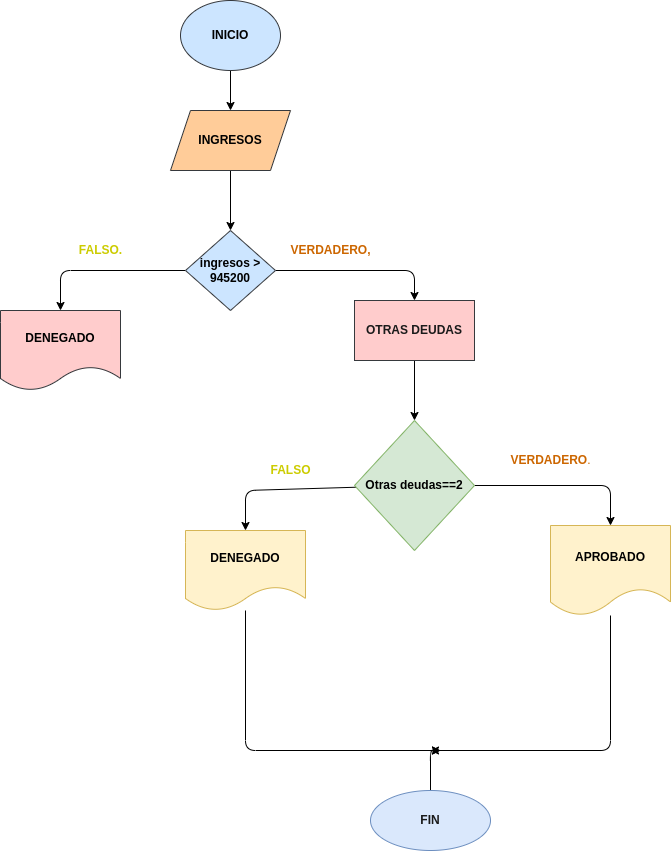
axlynaylyngarcia/Ejercicios_condicionales- keeps this draw.io diagram as Ejercicio_2/diagrama.png. Above is the earlier version. Source tidied: cells renumbered, new cells last; positions are measured from the earlier drawing's top-left corner, leaving out a move shared by most shapes. The source it was exported from:
```xml
<mxGraphModel>
  <root>
    <mxCell id="0" />
    <mxCell id="1" parent="0" />
    <mxCell id="2" style="edgeStyle=none;html=1;" parent="1" edge="1" source="3" target="5">
      <mxGeometry relative="1" as="geometry" />
    </mxCell>
    <mxCell id="3" value="&lt;b&gt;&lt;font color=&quot;#000000&quot;&gt;INICIO&lt;/font&gt;&lt;/b&gt;" style="ellipse;whiteSpace=wrap;html=1;fillColor=#cce5ff;strokeColor=#36393d;" parent="1" vertex="1">
      <mxGeometry x="180" width="100" height="70" as="geometry" />
    </mxCell>
    <mxCell id="4" style="edgeStyle=none;html=1;" parent="1" edge="1" source="5" target="8">
      <mxGeometry relative="1" as="geometry" />
    </mxCell>
    <mxCell id="5" value="&lt;b&gt;&lt;font color=&quot;#000000&quot;&gt;INGRESOS&lt;/font&gt;&lt;/b&gt;" style="shape=parallelogram;perimeter=parallelogramPerimeter;whiteSpace=wrap;html=1;fixedSize=1;fillColor=#ffcc99;strokeColor=#36393d;" parent="1" vertex="1">
      <mxGeometry x="170" y="110" width="120" height="60" as="geometry" />
    </mxCell>
    <mxCell id="6" style="edgeStyle=none;html=1;" parent="1" edge="1" source="8" target="9">
      <mxGeometry relative="1" as="geometry">
        <Array as="points">
          <mxPoint x="60" y="270" />
        </Array>
      </mxGeometry>
    </mxCell>
    <mxCell id="7" style="edgeStyle=none;html=1;" parent="1" edge="1" source="8" target="11">
      <mxGeometry relative="1" as="geometry">
        <Array as="points">
          <mxPoint x="414" y="270" />
        </Array>
      </mxGeometry>
    </mxCell>
    <mxCell id="8" value="&lt;font color=&quot;#000000&quot;&gt;&lt;b&gt;ingresos &amp;gt; 945200&lt;/b&gt;&lt;/font&gt;" style="rhombus;whiteSpace=wrap;html=1;fillColor=#cce5ff;strokeColor=#36393d;" parent="1" vertex="1">
      <mxGeometry x="185" y="230" width="90" height="80" as="geometry" />
    </mxCell>
    <mxCell id="9" value="&lt;font color=&quot;#000000&quot;&gt;&lt;b&gt;DENEGADO&lt;/b&gt;&lt;/font&gt;" style="shape=document;whiteSpace=wrap;html=1;boundedLbl=1;fillColor=#ffcccc;strokeColor=#36393d;" parent="1" vertex="1">
      <mxGeometry y="310" width="120" height="80" as="geometry" />
    </mxCell>
    <mxCell id="10" style="edgeStyle=none;html=1;" parent="1" edge="1" source="11" target="14">
      <mxGeometry relative="1" as="geometry" />
    </mxCell>
    <mxCell id="11" value="&lt;b&gt;&lt;font color=&quot;#1a1a1a&quot;&gt;OTRAS DEUDAS&lt;/font&gt;&lt;/b&gt;" style="whiteSpace=wrap;html=1;fillColor=#ffcccc;strokeColor=#36393d;" parent="1" vertex="1">
      <mxGeometry x="354" y="300" width="120" height="60" as="geometry" />
    </mxCell>
    <mxCell id="12" style="edgeStyle=none;html=1;" parent="1" edge="1" source="14" target="16">
      <mxGeometry relative="1" as="geometry">
        <Array as="points">
          <mxPoint x="245" y="490" />
        </Array>
      </mxGeometry>
    </mxCell>
    <mxCell id="13" style="edgeStyle=none;html=1;" parent="1" edge="1" source="14" target="18">
      <mxGeometry relative="1" as="geometry">
        <Array as="points">
          <mxPoint x="610" y="485" />
        </Array>
      </mxGeometry>
    </mxCell>
    <mxCell id="14" value="&lt;b&gt;&lt;font color=&quot;#000000&quot;&gt;Otras deudas==2&lt;/font&gt;&lt;/b&gt;" style="rhombus;whiteSpace=wrap;html=1;fillColor=#d5e8d4;strokeColor=#82b366;" parent="1" vertex="1">
      <mxGeometry x="354" y="420" width="120" height="130" as="geometry" />
    </mxCell>
    <mxCell id="15" style="edgeStyle=none;html=1;" parent="1" edge="1" source="16">
      <mxGeometry relative="1" as="geometry">
        <mxPoint x="440" y="750" as="targetPoint" />
        <Array as="points">
          <mxPoint x="245" y="750" />
        </Array>
      </mxGeometry>
    </mxCell>
    <mxCell id="16" value="&lt;b&gt;&lt;font color=&quot;#000000&quot;&gt;DENEGADO&lt;/font&gt;&lt;/b&gt;" style="shape=document;whiteSpace=wrap;html=1;boundedLbl=1;fillColor=#fff2cc;strokeColor=#d6b656;" parent="1" vertex="1">
      <mxGeometry x="185" y="530" width="120" height="80" as="geometry" />
    </mxCell>
    <mxCell id="17" style="edgeStyle=none;html=1;" parent="1" edge="1" source="18">
      <mxGeometry relative="1" as="geometry">
        <mxPoint x="430" y="750" as="targetPoint" />
        <Array as="points">
          <mxPoint x="610" y="750" />
        </Array>
      </mxGeometry>
    </mxCell>
    <mxCell id="18" value="&lt;b&gt;&lt;font color=&quot;#000000&quot;&gt;APROBADO&lt;/font&gt;&lt;/b&gt;" style="shape=document;whiteSpace=wrap;html=1;boundedLbl=1;fillColor=#fff2cc;strokeColor=#d6b656;" parent="1" vertex="1">
      <mxGeometry x="550" y="525" width="120" height="90" as="geometry" />
    </mxCell>
    <mxCell id="19" style="edgeStyle=none;html=1;fontColor=#000000;" parent="1" edge="1" source="20">
      <mxGeometry relative="1" as="geometry">
        <mxPoint x="440" y="750" as="targetPoint" />
        <Array as="points">
          <mxPoint x="430" y="750" />
        </Array>
      </mxGeometry>
    </mxCell>
    <mxCell id="20" value="&lt;b&gt;&lt;font color=&quot;#1a1a1a&quot;&gt;FIN&lt;/font&gt;&lt;/b&gt;" style="ellipse;whiteSpace=wrap;html=1;fillColor=#dae8fc;strokeColor=#6c8ebf;" parent="1" vertex="1">
      <mxGeometry x="370" y="790" width="120" height="60" as="geometry" />
    </mxCell>
    <mxCell id="21" value="&lt;b&gt;&lt;font color=&quot;#cccc00&quot;&gt;FALSO.&lt;/font&gt;&lt;/b&gt;" style="text;html=1;align=center;verticalAlign=middle;strokeColor=none;fillColor=none;fontColor=#1A1A1A;" parent="1" vertex="1">
      <mxGeometry x="70" y="240" width="60" height="20" as="geometry" />
    </mxCell>
    <mxCell id="22" value="&lt;font color=&quot;#cc6600&quot;&gt;&lt;b&gt;VERDADERO,&lt;/b&gt;&lt;/font&gt;" style="text;html=1;align=center;verticalAlign=middle;strokeColor=none;fillColor=none;fontColor=#CCCC00;" parent="1" vertex="1">
      <mxGeometry x="280" y="240" width="100" height="20" as="geometry" />
    </mxCell>
    <mxCell id="23" value="&lt;font color=&quot;#cccc00&quot;&gt;&lt;b&gt;FALSO&lt;/b&gt;&lt;/font&gt;" style="text;html=1;align=center;verticalAlign=middle;strokeColor=none;fillColor=none;fontColor=#CC6600;" parent="1" vertex="1">
      <mxGeometry x="260" y="460" width="60" height="20" as="geometry" />
    </mxCell>
    <mxCell id="24" value="&lt;font color=&quot;#cc6600&quot;&gt;&lt;b&gt;VERDADERO&lt;/b&gt;.&lt;/font&gt;" style="text;html=1;align=center;verticalAlign=middle;strokeColor=none;fillColor=none;fontColor=#CCCC00;" parent="1" vertex="1">
      <mxGeometry x="500" y="450" width="100" height="20" as="geometry" />
    </mxCell>
  </root>
</mxGraphModel>
```
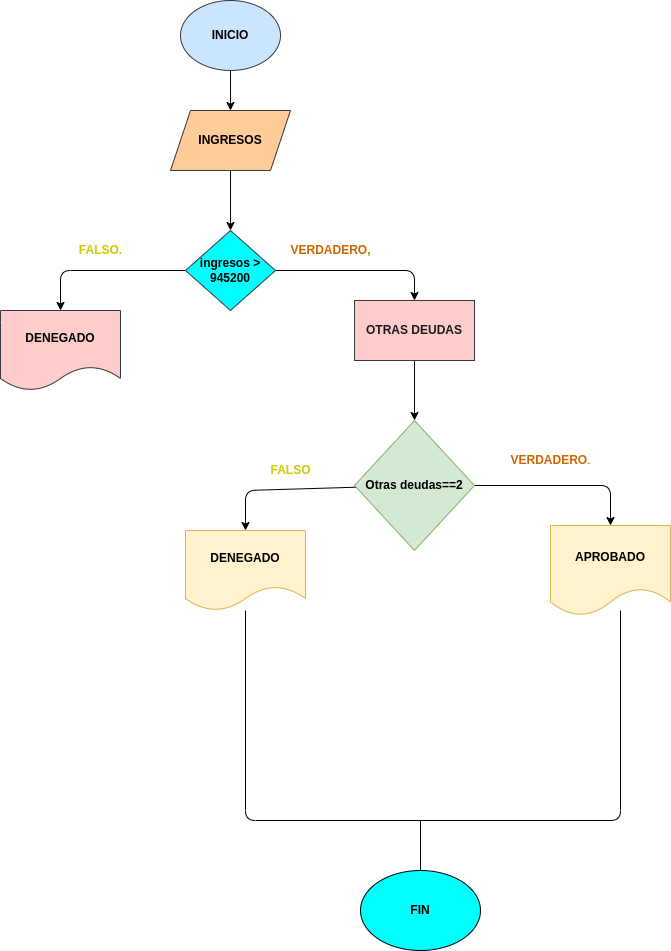
The same diagram one commit later.

Diff of the diagram source:
```diff
@@ -28,7 +28,7 @@
         </Array>
       </mxGeometry>
     </mxCell>
-    <mxCell id="8" value="&lt;font color=&quot;#000000&quot;&gt;&lt;b&gt;ingresos &amp;gt; 945200&lt;/b&gt;&lt;/font&gt;" style="rhombus;whiteSpace=wrap;html=1;fillColor=#cce5ff;strokeColor=#36393d;" parent="1" vertex="1">
+    <mxCell id="8" value="&lt;font color=&quot;#000000&quot;&gt;&lt;b&gt;ingresos &amp;gt; 945200&lt;/b&gt;&lt;/font&gt;" style="rhombus;whiteSpace=wrap;html=1;fillColor=#00FFFF;strokeColor=#36393d;" parent="1" vertex="1">
       <mxGeometry x="185" y="230" width="90" height="80" as="geometry" />
     </mxCell>
     <mxCell id="9" value="&lt;font color=&quot;#000000&quot;&gt;&lt;b&gt;DENEGADO&lt;/b&gt;&lt;/font&gt;" style="shape=document;whiteSpace=wrap;html=1;boundedLbl=1;fillColor=#ffcccc;strokeColor=#36393d;" parent="1" vertex="1">
@@ -57,39 +57,30 @@
     <mxCell id="14" value="&lt;b&gt;&lt;font color=&quot;#000000&quot;&gt;Otras deudas==2&lt;/font&gt;&lt;/b&gt;" style="rhombus;whiteSpace=wrap;html=1;fillColor=#d5e8d4;strokeColor=#82b366;" parent="1" vertex="1">
       <mxGeometry x="354" y="420" width="120" height="130" as="geometry" />
     </mxCell>
-    <mxCell id="15" style="edgeStyle=none;html=1;" parent="1" edge="1" source="16">
-      <mxGeometry relative="1" as="geometry">
-        <mxPoint x="440" y="750" as="targetPoint" />
-        <Array as="points">
-          <mxPoint x="245" y="750" />
-        </Array>
-      </mxGeometry>
-    </mxCell>
+    <mxCell id="25" style="edgeStyle=none;html=1;endArrow=none;endFill=0;" parent="1" edge="1" source="16">
+      <mxGeometry relative="1" as="geometry">
+        <mxPoint x="400" y="820" as="targetPoint" />
+        <Array as="points">
+          <mxPoint x="245" y="820" />
+          <mxPoint x="450" y="820" />
+        </Array>
+      </mxGeometry>
+    </mxCell>
     <mxCell id="16" value="&lt;b&gt;&lt;font color=&quot;#000000&quot;&gt;DENEGADO&lt;/font&gt;&lt;/b&gt;" style="shape=document;whiteSpace=wrap;html=1;boundedLbl=1;fillColor=#fff2cc;strokeColor=#d6b656;" parent="1" vertex="1">
       <mxGeometry x="185" y="530" width="120" height="80" as="geometry" />
     </mxCell>
-    <mxCell id="17" style="edgeStyle=none;html=1;" parent="1" edge="1" source="18">
-      <mxGeometry relative="1" as="geometry">
-        <mxPoint x="430" y="750" as="targetPoint" />
-        <Array as="points">
-          <mxPoint x="610" y="750" />
-        </Array>
-      </mxGeometry>
-    </mxCell>
+    <mxCell id="26" style="edgeStyle=none;html=1;endArrow=none;endFill=0;" parent="1" edge="1">
+      <mxGeometry relative="1" as="geometry">
+        <mxPoint x="620" y="610" as="sourcePoint" />
+        <mxPoint x="440" y="820" as="targetPoint" />
+        <Array as="points">
+          <mxPoint x="620" y="820" />
+        </Array>
+      </mxGeometry>
+    </mxCell>
     <mxCell id="18" value="&lt;b&gt;&lt;font color=&quot;#000000&quot;&gt;APROBADO&lt;/font&gt;&lt;/b&gt;" style="shape=document;whiteSpace=wrap;html=1;boundedLbl=1;fillColor=#fff2cc;strokeColor=#d6b656;" parent="1" vertex="1">
       <mxGeometry x="550" y="525" width="120" height="90" as="geometry" />
     </mxCell>
-    <mxCell id="19" style="edgeStyle=none;html=1;fontColor=#000000;" parent="1" edge="1" source="20">
-      <mxGeometry relative="1" as="geometry">
-        <mxPoint x="440" y="750" as="targetPoint" />
-        <Array as="points">
-          <mxPoint x="430" y="750" />
-        </Array>
-      </mxGeometry>
-    </mxCell>
-    <mxCell id="20" value="&lt;b&gt;&lt;font color=&quot;#1a1a1a&quot;&gt;FIN&lt;/font&gt;&lt;/b&gt;" style="ellipse;whiteSpace=wrap;html=1;fillColor=#dae8fc;strokeColor=#6c8ebf;" parent="1" vertex="1">
-      <mxGeometry x="370" y="790" width="120" height="60" as="geometry" />
-    </mxCell>
     <mxCell id="21" value="&lt;b&gt;&lt;font color=&quot;#cccc00&quot;&gt;FALSO.&lt;/font&gt;&lt;/b&gt;" style="text;html=1;align=center;verticalAlign=middle;strokeColor=none;fillColor=none;fontColor=#1A1A1A;" parent="1" vertex="1">
       <mxGeometry x="70" y="240" width="60" height="20" as="geometry" />
     </mxCell>
@@ -102,5 +93,13 @@
     <mxCell id="24" value="&lt;font color=&quot;#cc6600&quot;&gt;&lt;b&gt;VERDADERO&lt;/b&gt;.&lt;/font&gt;" style="text;html=1;align=center;verticalAlign=middle;strokeColor=none;fillColor=none;fontColor=#CCCC00;" parent="1" vertex="1">
       <mxGeometry x="500" y="450" width="100" height="20" as="geometry" />
     </mxCell>
+    <mxCell id="27" style="edgeStyle=none;html=1;fontColor=#000000;endArrow=none;endFill=0;" parent="1" edge="1" source="20">
+      <mxGeometry relative="1" as="geometry">
+        <mxPoint x="420" y="820" as="targetPoint" />
+      </mxGeometry>
+    </mxCell>
+    <mxCell id="20" value="&lt;b&gt;FIN&lt;/b&gt;" style="ellipse;whiteSpace=wrap;html=1;fontColor=#000000;fillColor=#00FFFF;" parent="1" vertex="1">
+      <mxGeometry x="360" y="870" width="120" height="80" as="geometry" />
+    </mxCell>
   </root>
 </mxGraphModel>
```
